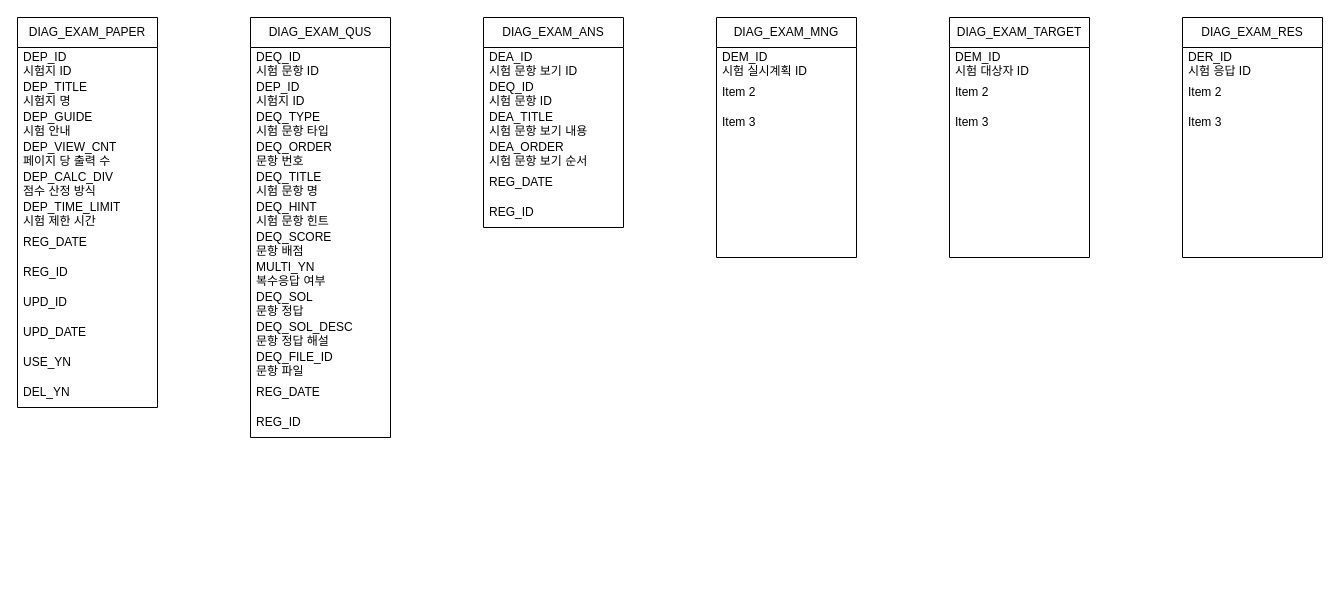
The draw.io diagram EXAM_DB_STRUCTURE.drawio in HAR00N/draw.io, before the edit. Source tidied: cells renumbered, new cells numbered last; positions are measured from the earlier drawing's top-left corner, leaving out a move shared by most shapes. Both pictures are drawn from the tidied source at 100%, with x=0, y=0 at pixel (17, 17).
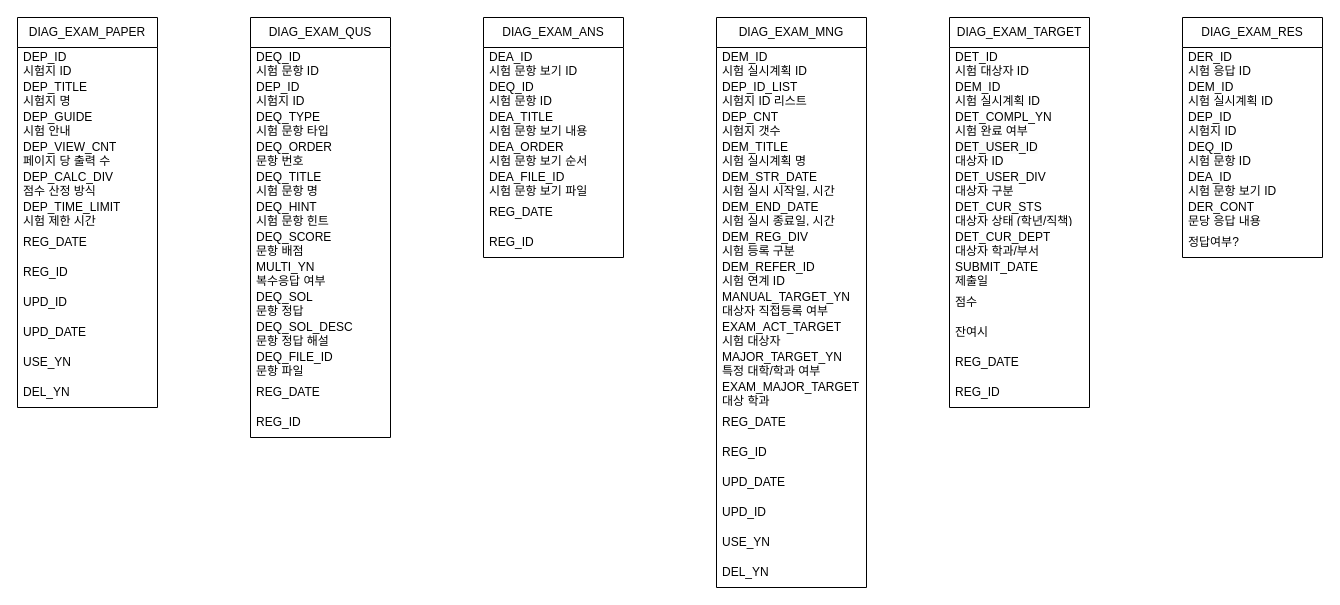
The same diagram, later.

The change refers to these unchanged cells:
```xml
<mxCell id="52" value="DIAG_EXAM_RES" style="swimlane;fontStyle=0;horizontal=1;startSize=30;whiteSpace=wrap;html=1;" parent="1" vertex="1">
  <mxGeometry x="1165" width="140" height="240" as="geometry" />
</mxCell>
```

What changed in the source:
```diff
@@
     <mxCell id="29" value="DIAG_EXAM_ANS" style="swimlane;fontStyle=0;horizontal=1;startSize=30;whiteSpace=wrap;html=1;" parent="1" vertex="1">
-      <mxGeometry x="466" width="140" height="210" as="geometry" />
+      <mxGeometry x="466" width="140" height="240" as="geometry" />
     </mxCell>
@@
+    <mxCell id="60" value="DEA_FILE_ID&lt;br&gt;시험 문항 보기 파일" style="text;strokeColor=none;fillColor=none;align=left;verticalAlign=middle;spacingLeft=4;spacingRight=4;overflow=hidden;whiteSpace=wrap;html=1;" parent="29" vertex="1">
+      <mxGeometry y="150" width="140" height="30" as="geometry" />
+    </mxCell>
     <mxCell id="34" value="REG_DATE" style="text;strokeColor=none;fillColor=none;align=left;verticalAlign=middle;spacingLeft=4;spacingRight=4;overflow=hidden;whiteSpace=wrap;html=1;" parent="29" vertex="1">
-      <mxGeometry y="150" width="140" height="30" as="geometry" />
+      <mxGeometry y="180" width="140" height="30" as="geometry" />
     </mxCell>
     <mxCell id="35" value="REG_ID" style="text;strokeColor=none;fillColor=none;align=left;verticalAlign=middle;spacingLeft=4;spacingRight=4;overflow=hidden;whiteSpace=wrap;html=1;" parent="29" vertex="1">
-      <mxGeometry y="180" width="140" height="30" as="geometry" />
+      <mxGeometry y="210" width="140" height="30" as="geometry" />
     </mxCell>
     <mxCell id="36" value="DIAG_EXAM_MNG" style="swimlane;fontStyle=0;horizontal=1;startSize=30;whiteSpace=wrap;html=1;" parent="1" vertex="1">
-      <mxGeometry x="699" width="140" height="240" as="geometry" />
+      <mxGeometry x="699" width="150" height="570" as="geometry" />
     </mxCell>
     <mxCell id="37" value="DEM_ID&lt;br&gt;시험 실시계획 ID" style="text;strokeColor=none;fillColor=none;align=left;verticalAlign=middle;spacingLeft=4;spacingRight=4;overflow=hidden;whiteSpace=wrap;html=1;" parent="36" vertex="1">
-      <mxGeometry y="30" width="140" height="30" as="geometry" />
+      <mxGeometry y="30" width="150" height="30" as="geometry" />
     </mxCell>
-    <mxCell id="38" value="Item 2" style="text;strokeColor=none;fillColor=none;align=left;verticalAlign=middle;spacingLeft=4;spacingRight=4;overflow=hidden;whiteSpace=wrap;html=1;" parent="36" vertex="1">
-      <mxGeometry y="60" width="140" height="30" as="geometry" />
+    <mxCell id="38" value="DEP_ID_LIST&lt;div&gt;시험지 ID 리스트&lt;/div&gt;" style="text;strokeColor=none;fillColor=none;align=left;verticalAlign=middle;spacingLeft=4;spacingRight=4;overflow=hidden;whiteSpace=wrap;html=1;" parent="36" vertex="1">
+      <mxGeometry y="60" width="150" height="30" as="geometry" />
     </mxCell>
-    <mxCell id="39" value="Item 3" style="text;strokeColor=none;fillColor=none;align=left;verticalAlign=middle;spacingLeft=4;spacingRight=4;overflow=hidden;whiteSpace=wrap;html=1;" parent="36" vertex="1">
-      <mxGeometry y="90" width="140" height="30" as="geometry" />
+    <mxCell id="39" value="DEP_CNT&lt;div&gt;시험지 갯수&lt;/div&gt;" style="text;strokeColor=none;fillColor=none;align=left;verticalAlign=middle;spacingLeft=4;spacingRight=4;overflow=hidden;whiteSpace=wrap;html=1;" parent="36" vertex="1">
+      <mxGeometry y="90" width="150" height="30" as="geometry" />
     </mxCell>
-    <mxCell id="40" style="text;strokeColor=none;fillColor=none;align=left;verticalAlign=middle;spacingLeft=4;spacingRight=4;overflow=hidden;whiteSpace=wrap;html=1;" parent="36" vertex="1">
-      <mxGeometry y="120" width="140" height="30" as="geometry" />
+    <mxCell id="40" value="DEM_TITLE&lt;div&gt;시험 실시계획 명&lt;/div&gt;" style="text;strokeColor=none;fillColor=none;align=left;verticalAlign=middle;spacingLeft=4;spacingRight=4;overflow=hidden;whiteSpace=wrap;html=1;" parent="36" vertex="1">
+      <mxGeometry y="120" width="150" height="30" as="geometry" />
     </mxCell>
-    <mxCell id="41" style="text;strokeColor=none;fillColor=none;align=left;verticalAlign=middle;spacingLeft=4;spacingRight=4;overflow=hidden;whiteSpace=wrap;html=1;" parent="36" vertex="1">
-      <mxGeometry y="150" width="140" height="30" as="geometry" />
+    <mxCell id="41" value="DEM_STR_DATE&lt;div&gt;시험 실시 시작일, 시간&lt;/div&gt;" style="text;strokeColor=none;fillColor=none;align=left;verticalAlign=middle;spacingLeft=4;spacingRight=4;overflow=hidden;whiteSpace=wrap;html=1;" parent="36" vertex="1">
+      <mxGeometry y="150" width="150" height="30" as="geometry" />
     </mxCell>
-    <mxCell id="42" style="text;strokeColor=none;fillColor=none;align=left;verticalAlign=middle;spacingLeft=4;spacingRight=4;overflow=hidden;whiteSpace=wrap;html=1;" parent="36" vertex="1">
-      <mxGeometry y="180" width="140" height="30" as="geometry" />
+    <mxCell id="42" value="DEM_END_DATE&lt;div&gt;시험 실시 종료일, 시간&lt;br&gt;&lt;/div&gt;" style="text;strokeColor=none;fillColor=none;align=left;verticalAlign=middle;spacingLeft=4;spacingRight=4;overflow=hidden;whiteSpace=wrap;html=1;" parent="36" vertex="1">
+      <mxGeometry y="180" width="150" height="30" as="geometry" />
     </mxCell>
-    <mxCell id="43" style="text;strokeColor=none;fillColor=none;align=left;verticalAlign=middle;spacingLeft=4;spacingRight=4;overflow=hidden;whiteSpace=wrap;html=1;" parent="36" vertex="1">
-      <mxGeometry y="210" width="140" height="30" as="geometry" />
+    <mxCell id="43" value="DEM_REG_DIV&lt;div&gt;시험 등록 구분&lt;/div&gt;" style="text;strokeColor=none;fillColor=none;align=left;verticalAlign=middle;spacingLeft=4;spacingRight=4;overflow=hidden;whiteSpace=wrap;html=1;" parent="36" vertex="1">
+      <mxGeometry y="210" width="150" height="30" as="geometry" />
     </mxCell>
+    <mxCell id="61" value="DEM_REFER_ID&lt;div&gt;시험 연계 ID&lt;/div&gt;" style="text;strokeColor=none;fillColor=none;align=left;verticalAlign=middle;spacingLeft=4;spacingRight=4;overflow=hidden;whiteSpace=wrap;html=1;" parent="36" vertex="1">
+      <mxGeometry y="240" width="150" height="30" as="geometry" />
+    </mxCell>
+    <mxCell id="62" value="MANUAL_TARGET_YN&lt;div&gt;대상자 직접등록 여부&lt;/div&gt;" style="text;strokeColor=none;fillColor=none;align=left;verticalAlign=middle;spacingLeft=4;spacingRight=4;overflow=hidden;whiteSpace=wrap;html=1;" parent="36" vertex="1">
+      <mxGeometry y="270" width="150" height="30" as="geometry" />
+    </mxCell>
+    <mxCell id="63" value="EXAM_ACT_TARGET&lt;div&gt;시험 대상자&lt;/div&gt;" style="text;strokeColor=none;fillColor=none;align=left;verticalAlign=middle;spacingLeft=4;spacingRight=4;overflow=hidden;whiteSpace=wrap;html=1;" parent="36" vertex="1">
+      <mxGeometry y="300" width="150" height="30" as="geometry" />
+    </mxCell>
+    <mxCell id="64" value="MAJOR_TARGET_YN&lt;div&gt;특정 대학/학과 여부&lt;/div&gt;" style="text;strokeColor=none;fillColor=none;align=left;verticalAlign=middle;spacingLeft=4;spacingRight=4;overflow=hidden;whiteSpace=wrap;html=1;" parent="36" vertex="1">
+      <mxGeometry y="330" width="150" height="30" as="geometry" />
+    </mxCell>
+    <mxCell id="65" value="EXAM_MAJOR_TARGET&lt;div&gt;대상 학과&lt;/div&gt;" style="text;strokeColor=none;fillColor=none;align=left;verticalAlign=middle;spacingLeft=4;spacingRight=4;overflow=hidden;whiteSpace=wrap;html=1;" parent="36" vertex="1">
+      <mxGeometry y="360" width="150" height="30" as="geometry" />
+    </mxCell>
+    <mxCell id="66" value="REG_DATE" style="text;strokeColor=none;fillColor=none;align=left;verticalAlign=middle;spacingLeft=4;spacingRight=4;overflow=hidden;whiteSpace=wrap;html=1;" parent="36" vertex="1">
+      <mxGeometry y="390" width="150" height="30" as="geometry" />
+    </mxCell>
+    <mxCell id="67" value="REG_ID" style="text;strokeColor=none;fillColor=none;align=left;verticalAlign=middle;spacingLeft=4;spacingRight=4;overflow=hidden;whiteSpace=wrap;html=1;" parent="36" vertex="1">
+      <mxGeometry y="420" width="150" height="30" as="geometry" />
+    </mxCell>
+    <mxCell id="68" value="UPD_DATE" style="text;strokeColor=none;fillColor=none;align=left;verticalAlign=middle;spacingLeft=4;spacingRight=4;overflow=hidden;whiteSpace=wrap;html=1;" parent="36" vertex="1">
+      <mxGeometry y="450" width="150" height="30" as="geometry" />
+    </mxCell>
+    <mxCell id="69" value="UPD_ID" style="text;strokeColor=none;fillColor=none;align=left;verticalAlign=middle;spacingLeft=4;spacingRight=4;overflow=hidden;whiteSpace=wrap;html=1;" parent="36" vertex="1">
+      <mxGeometry y="480" width="150" height="30" as="geometry" />
+    </mxCell>
+    <mxCell id="70" value="USE_YN" style="text;strokeColor=none;fillColor=none;align=left;verticalAlign=middle;spacingLeft=4;spacingRight=4;overflow=hidden;whiteSpace=wrap;html=1;" parent="36" vertex="1">
+      <mxGeometry y="510" width="150" height="30" as="geometry" />
+    </mxCell>
+    <mxCell id="71" value="DEL_YN" style="text;strokeColor=none;fillColor=none;align=left;verticalAlign=middle;spacingLeft=4;spacingRight=4;overflow=hidden;whiteSpace=wrap;html=1;" parent="36" vertex="1">
+      <mxGeometry y="540" width="150" height="30" as="geometry" />
+    </mxCell>
     <mxCell id="44" value="DIAG_EXAM_TARGET" style="swimlane;fontStyle=0;horizontal=1;startSize=30;whiteSpace=wrap;html=1;" parent="1" vertex="1">
-      <mxGeometry x="932" width="140" height="240" as="geometry" />
+      <mxGeometry x="932" width="140" height="390" as="geometry" />
     </mxCell>
-    <mxCell id="45" value="DEM_ID&lt;br&gt;시험 대상자 ID" style="text;strokeColor=none;fillColor=none;align=left;verticalAlign=middle;spacingLeft=4;spacingRight=4;overflow=hidden;whiteSpace=wrap;html=1;" parent="44" vertex="1">
+    <mxCell id="45" value="DET_ID&lt;br&gt;시험 대상자 ID" style="text;strokeColor=none;fillColor=none;align=left;verticalAlign=middle;spacingLeft=4;spacingRight=4;overflow=hidden;whiteSpace=wrap;html=1;" parent="44" vertex="1">
       <mxGeometry y="30" width="140" height="30" as="geometry" />
     </mxCell>
-    <mxCell id="46" value="Item 2" style="text;strokeColor=none;fillColor=none;align=left;verticalAlign=middle;spacingLeft=4;spacingRight=4;overflow=hidden;whiteSpace=wrap;html=1;" parent="44" vertex="1">
+    <mxCell id="46" value="DEM_ID&lt;br&gt;시험 실시계획 ID" style="text;strokeColor=none;fillColor=none;align=left;verticalAlign=middle;spacingLeft=4;spacingRight=4;overflow=hidden;whiteSpace=wrap;html=1;" parent="44" vertex="1">
       <mxGeometry y="60" width="140" height="30" as="geometry" />
     </mxCell>
-    <mxCell id="47" value="Item 3" style="text;strokeColor=none;fillColor=none;align=left;verticalAlign=middle;spacingLeft=4;spacingRight=4;overflow=hidden;whiteSpace=wrap;html=1;" parent="44" vertex="1">
+    <mxCell id="47" value="DET_COMPL_YN&lt;div&gt;시험 완료 여부&lt;/div&gt;" style="text;strokeColor=none;fillColor=none;align=left;verticalAlign=middle;spacingLeft=4;spacingRight=4;overflow=hidden;whiteSpace=wrap;html=1;" parent="44" vertex="1">
       <mxGeometry y="90" width="140" height="30" as="geometry" />
     </mxCell>
+    <mxCell id="72" value="&lt;span style=&quot;color: rgb(0, 0, 0); font-family: Helvetica; font-size: 12px; font-style: normal; font-variant-ligatures: normal; font-variant-caps: normal; font-weight: 400; letter-spacing: normal; orphans: 2; text-align: left; text-indent: 0px; text-transform: none; widows: 2; word-spacing: 0px; -webkit-text-stroke-width: 0px; white-space: normal; background-color: rgb(251, 251, 251); text-decoration-thickness: initial; text-decoration-style: initial; text-decoration-color: initial; display: inline !important; float: none;&quot;&gt;DET_USER_ID&lt;/span&gt;&lt;div&gt;대상자 ID&lt;/div&gt;" style="text;strokeColor=none;fillColor=none;align=left;verticalAlign=middle;spacingLeft=4;spacingRight=4;overflow=hidden;whiteSpace=wrap;html=1;" parent="44" vertex="1">
+      <mxGeometry y="120" width="140" height="30" as="geometry" />
+    </mxCell>
-    <mxCell id="48" style="text;strokeColor=none;fillColor=none;align=left;verticalAlign=middle;spacingLeft=4;spacingRight=4;overflow=hidden;whiteSpace=wrap;html=1;" parent="44" vertex="1">
-      <mxGeometry y="120" width="140" height="30" as="geometry" />
+    <mxCell id="48" value="DET_USER_DIV&lt;div&gt;대상자 구분&lt;/div&gt;" style="text;strokeColor=none;fillColor=none;align=left;verticalAlign=middle;spacingLeft=4;spacingRight=4;overflow=hidden;whiteSpace=wrap;html=1;" parent="44" vertex="1">
+      <mxGeometry y="150" width="140" height="30" as="geometry" />
     </mxCell>
-    <mxCell id="49" style="text;strokeColor=none;fillColor=none;align=left;verticalAlign=middle;spacingLeft=4;spacingRight=4;overflow=hidden;whiteSpace=wrap;html=1;" parent="44" vertex="1">
-      <mxGeometry y="150" width="140" height="30" as="geometry" />
+    <mxCell id="49" value="DET_CUR_STS&lt;div&gt;대상자 상태 (학년/직책)&lt;/div&gt;" style="text;strokeColor=none;fillColor=none;align=left;verticalAlign=middle;spacingLeft=4;spacingRight=4;overflow=hidden;whiteSpace=wrap;html=1;" parent="44" vertex="1">
+      <mxGeometry y="180" width="140" height="30" as="geometry" />
     </mxCell>
-    <mxCell id="50" style="text;strokeColor=none;fillColor=none;align=left;verticalAlign=middle;spacingLeft=4;spacingRight=4;overflow=hidden;whiteSpace=wrap;html=1;" parent="44" vertex="1">
-      <mxGeometry y="180" width="140" height="30" as="geometry" />
-    </mxCell>
-    <mxCell id="51" style="text;strokeColor=none;fillColor=none;align=left;verticalAlign=middle;spacingLeft=4;spacingRight=4;overflow=hidden;whiteSpace=wrap;html=1;" parent="44" vertex="1">
+    <mxCell id="51" value="DET_CUR_DEPT&lt;div&gt;대상자 학과/부서&lt;/div&gt;" style="text;strokeColor=none;fillColor=none;align=left;verticalAlign=middle;spacingLeft=4;spacingRight=4;overflow=hidden;whiteSpace=wrap;html=1;" parent="44" vertex="1">
       <mxGeometry y="210" width="140" height="30" as="geometry" />
     </mxCell>
+    <mxCell id="73" value="SUBMIT_DATE&lt;div&gt;제출일&lt;/div&gt;" style="text;strokeColor=none;fillColor=none;align=left;verticalAlign=middle;spacingLeft=4;spacingRight=4;overflow=hidden;whiteSpace=wrap;html=1;" parent="44" vertex="1">
+      <mxGeometry y="240" width="140" height="30" as="geometry" />
+    </mxCell>
+    <mxCell id="74" value="점수" style="text;strokeColor=none;fillColor=none;align=left;verticalAlign=middle;spacingLeft=4;spacingRight=4;overflow=hidden;whiteSpace=wrap;html=1;" parent="44" vertex="1">
+      <mxGeometry y="270" width="140" height="30" as="geometry" />
+    </mxCell>
+    <mxCell id="75" value="잔여시" style="text;strokeColor=none;fillColor=none;align=left;verticalAlign=middle;spacingLeft=4;spacingRight=4;overflow=hidden;whiteSpace=wrap;html=1;" parent="44" vertex="1">
+      <mxGeometry y="300" width="140" height="30" as="geometry" />
+    </mxCell>
+    <mxCell id="76" value="REG_DATE" style="text;strokeColor=none;fillColor=none;align=left;verticalAlign=middle;spacingLeft=4;spacingRight=4;overflow=hidden;whiteSpace=wrap;html=1;" parent="44" vertex="1">
+      <mxGeometry y="330" width="140" height="30" as="geometry" />
+    </mxCell>
+    <mxCell id="77" value="REG_ID" style="text;strokeColor=none;fillColor=none;align=left;verticalAlign=middle;spacingLeft=4;spacingRight=4;overflow=hidden;whiteSpace=wrap;html=1;" parent="44" vertex="1">
+      <mxGeometry y="360" width="140" height="30" as="geometry" />
+    </mxCell>
@@
-    <mxCell id="54" value="Item 2" style="text;strokeColor=none;fillColor=none;align=left;verticalAlign=middle;spacingLeft=4;spacingRight=4;overflow=hidden;whiteSpace=wrap;html=1;" parent="52" vertex="1">
+    <mxCell id="54" value="DEM_ID&lt;br&gt;시험 실시계획 ID" style="text;strokeColor=none;fillColor=none;align=left;verticalAlign=middle;spacingLeft=4;spacingRight=4;overflow=hidden;whiteSpace=wrap;html=1;" parent="52" vertex="1">
       <mxGeometry y="60" width="140" height="30" as="geometry" />
     </mxCell>
-    <mxCell id="55" value="Item 3" style="text;strokeColor=none;fillColor=none;align=left;verticalAlign=middle;spacingLeft=4;spacingRight=4;overflow=hidden;whiteSpace=wrap;html=1;" parent="52" vertex="1">
+    <mxCell id="55" value="DEP_ID&lt;br&gt;시험지 ID" style="text;strokeColor=none;fillColor=none;align=left;verticalAlign=middle;spacingLeft=4;spacingRight=4;overflow=hidden;whiteSpace=wrap;html=1;" parent="52" vertex="1">
       <mxGeometry y="90" width="140" height="30" as="geometry" />
     </mxCell>
-    <mxCell id="56" style="text;strokeColor=none;fillColor=none;align=left;verticalAlign=middle;spacingLeft=4;spacingRight=4;overflow=hidden;whiteSpace=wrap;html=1;" parent="52" vertex="1">
+    <mxCell id="56" value="DEQ_ID&lt;div&gt;시험 문항 ID&lt;/div&gt;" style="text;strokeColor=none;fillColor=none;align=left;verticalAlign=middle;spacingLeft=4;spacingRight=4;overflow=hidden;whiteSpace=wrap;html=1;" parent="52" vertex="1">
       <mxGeometry y="120" width="140" height="30" as="geometry" />
     </mxCell>
-    <mxCell id="57" style="text;strokeColor=none;fillColor=none;align=left;verticalAlign=middle;spacingLeft=4;spacingRight=4;overflow=hidden;whiteSpace=wrap;html=1;" parent="52" vertex="1">
+    <mxCell id="57" value="DEA_ID&lt;br&gt;시험 문항 보기 ID" style="text;strokeColor=none;fillColor=none;align=left;verticalAlign=middle;spacingLeft=4;spacingRight=4;overflow=hidden;whiteSpace=wrap;html=1;" parent="52" vertex="1">
       <mxGeometry y="150" width="140" height="30" as="geometry" />
     </mxCell>
-    <mxCell id="58" style="text;strokeColor=none;fillColor=none;align=left;verticalAlign=middle;spacingLeft=4;spacingRight=4;overflow=hidden;whiteSpace=wrap;html=1;" parent="52" vertex="1">
+    <mxCell id="58" value="DER_CONT&lt;div&gt;문당 응답 내용&lt;/div&gt;" style="text;strokeColor=none;fillColor=none;align=left;verticalAlign=middle;spacingLeft=4;spacingRight=4;overflow=hidden;whiteSpace=wrap;html=1;" parent="52" vertex="1">
       <mxGeometry y="180" width="140" height="30" as="geometry" />
     </mxCell>
-    <mxCell id="59" style="text;strokeColor=none;fillColor=none;align=left;verticalAlign=middle;spacingLeft=4;spacingRight=4;overflow=hidden;whiteSpace=wrap;html=1;" parent="52" vertex="1">
+    <mxCell id="59" value="정답여부?" style="text;strokeColor=none;fillColor=none;align=left;verticalAlign=middle;spacingLeft=4;spacingRight=4;overflow=hidden;whiteSpace=wrap;html=1;" parent="52" vertex="1">
       <mxGeometry y="210" width="140" height="30" as="geometry" />
     </mxCell>
```
